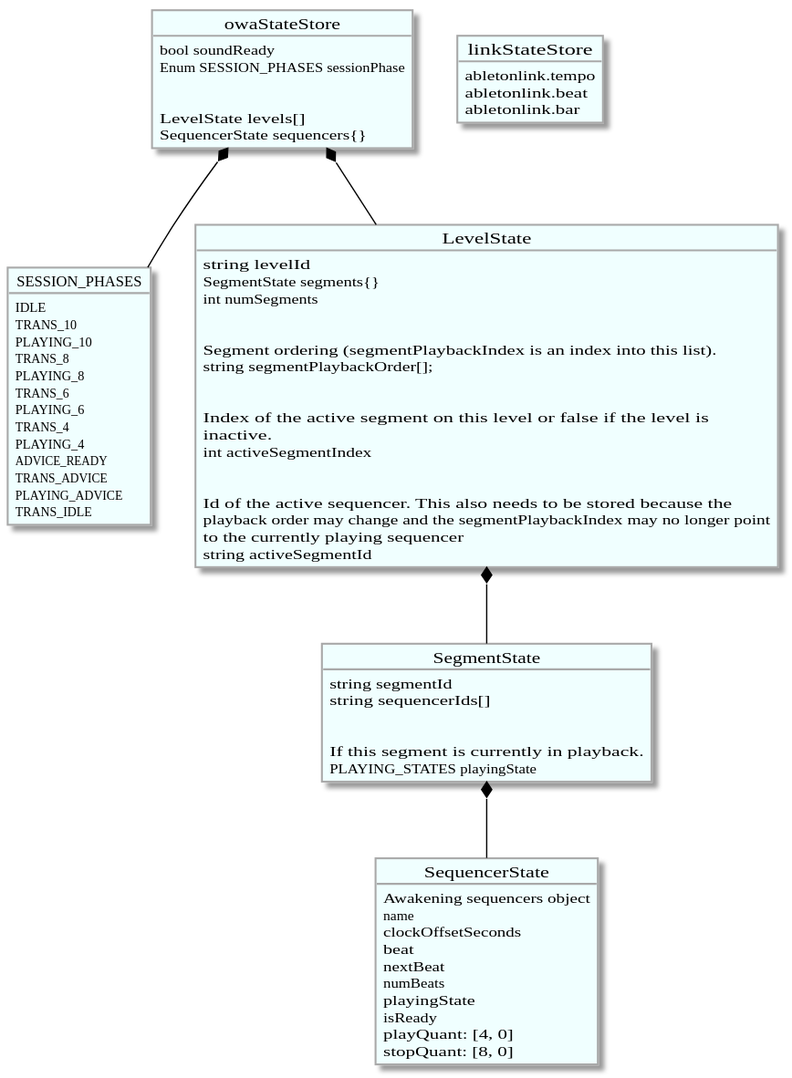
The PlantUML diagram docs/data_model.svg in awakeningio/owa, before a commit.
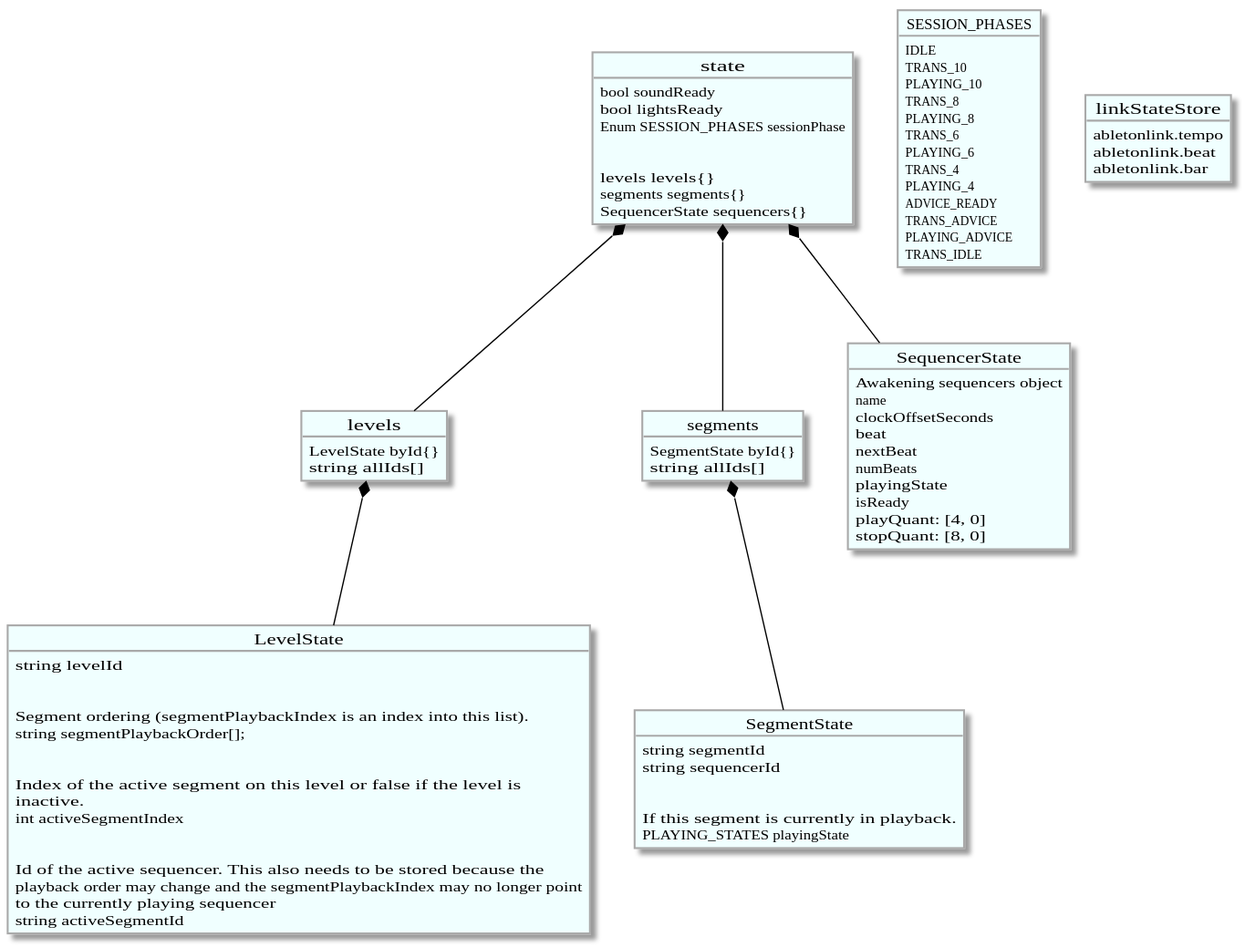
The same diagram one commit later.

Diff of the diagram source:
```diff
@@ -40,13 +40,30 @@
   borderColor DarkGrey
 }
 
-object owaStateStore {
+object state {
   bool soundReady
+  bool lightsReady
   Enum SESSION_PHASES sessionPhase
   \n
-  LevelState levels[]
+  levels levels{}
+  segments segments{}
+
   SequencerState sequencers{}
 }
+
+object levels {
+  LevelState byId{}
+  string allIds[]
+}
+state *-- levels
+levels *-- LevelState
+
+object segments {
+  SegmentState byId{}
+  string allIds[]
+}
+state *-- segments
+segments *-- SegmentState
 
 object SESSION_PHASES {
 IDLE
@@ -64,11 +81,9 @@
 TRANS_IDLE
 }
 
-owaStateStore *-- SESSION_PHASES
-
 object SegmentState {
   string segmentId
-  string sequencerIds[]
+  string sequencerId
   \n
   If this segment is currently in playback.
   PLAYING_STATES playingState
@@ -76,8 +91,6 @@
 
 object LevelState {
   string levelId
-  SegmentState segments{}
-  int numSegments
   \n
   Segment ordering (segmentPlaybackIndex is an index into this list).
   string segmentPlaybackOrder[];
@@ -91,8 +104,6 @@
   to the currently playing sequencer
   string activeSegmentId
 }
-owaStateStore *-- LevelState
-LevelState *-- SegmentState
 
 object linkStateStore {
   abletonlink.tempo
@@ -113,7 +124,6 @@
   playQuant: [4, 0]
   stopQuant: [8, 0]
 }
-SegmentState *-- SequencerState
-
+state *-- SequencerState
 
 @enduml
```
